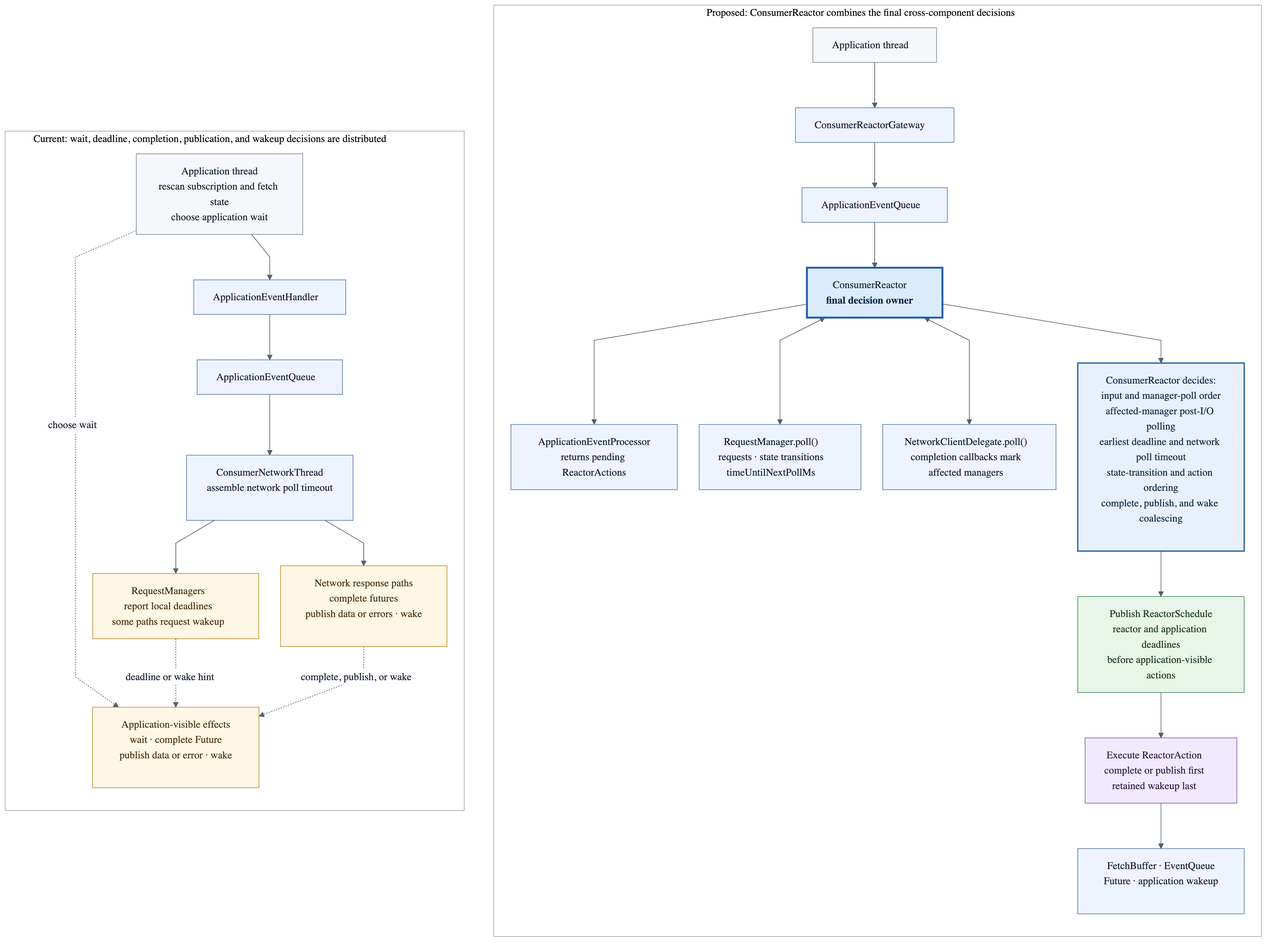
The Mermaid diagram docs/images/kip-1371-consumer-reactor-before-after.png in unknowntpo/kafka, before a commit. Its source is kept beside it as docs/images/kip-1371-consumer-reactor-before-after.mmd. The source it was exported from:
```mermaid
%%{init: {
  "theme": "base",
  "themeVariables": {
    "fontFamily": "Arial, Helvetica, sans-serif",
    "fontSize": "16px",
    "primaryColor": "#eef4ff",
    "primaryTextColor": "#172033",
    "primaryBorderColor": "#5577aa",
    "lineColor": "#52606d",
    "secondaryColor": "#fff7e6",
    "tertiaryColor": "#f5f7fa",
    "clusterBkg": "#ffffff",
    "clusterBorder": "#9aa5b1",
    "edgeLabelBackground": "#ffffff"
  },
  "flowchart": {
    "curve": "linear",
    "nodeSpacing": 34,
    "rankSpacing": 46,
    "htmlLabels": true
  }
}}%%


flowchart LR
    subgraph CURRENT["Current: wait, deadline, completion, publication, and wakeup decisions are distributed"]
        direction TB

        APP_CURRENT["Application thread<br/>rescan subscription and fetch state<br/>choose application wait"]
        HANDLER["ApplicationEventHandler"]
        APP_QUEUE_CURRENT["ApplicationEventQueue"]
        NETWORK_THREAD["ConsumerNetworkThread<br/>assemble network poll timeout"]
        MANAGERS_CURRENT["RequestManagers<br/>report local deadlines<br/>some paths request wakeup"]
        CALLBACKS_CURRENT["Network response paths<br/>complete futures<br/>publish data or errors · wake"]
        OUTPUTS_CURRENT["Application-visible effects<br/>wait · complete Future<br/>publish data or error · wake"]

        APP_CURRENT --> HANDLER --> APP_QUEUE_CURRENT --> NETWORK_THREAD
        NETWORK_THREAD --> MANAGERS_CURRENT
        NETWORK_THREAD --> CALLBACKS_CURRENT
        APP_CURRENT -. "choose wait" .-> OUTPUTS_CURRENT
        MANAGERS_CURRENT -. "deadline or wake hint" .-> OUTPUTS_CURRENT
        CALLBACKS_CURRENT -. "complete, publish, or wake" .-> OUTPUTS_CURRENT
    end

    subgraph PROPOSED["Proposed: ConsumerReactor combines the final cross-component decisions"]
        direction TB

        APP_PROPOSED["Application thread"]
        GATEWAY["ConsumerReactorGateway"]
        APP_QUEUE_PROPOSED["ApplicationEventQueue"]
        REACTOR["ConsumerReactor<br/><b>final decision owner</b>"]
        PROCESSOR["ApplicationEventProcessor<br/>returns pending ReactorActions"]
        MANAGERS_PROPOSED["RequestManager.poll()<br/>requests · state transitions<br/>timeUntilNextPollMs"]
        NETWORK["NetworkClientDelegate.poll()<br/>completion callbacks mark<br/>affected managers"]
        OWNED["ConsumerReactor decides:<br/>input and manager-poll order<br/>affected-manager post-I/O polling<br/>earliest deadline and network poll timeout<br/>state-transition and action ordering<br/>complete, publish, and wake coalescing"]
        SCHEDULE["Publish ReactorSchedule<br/>reactor and application deadlines<br/>before application-visible actions"]
        ACTION["Execute ReactorAction<br/>complete or publish first<br/>retained wakeup last"]
        OUTPUTS_PROPOSED["FetchBuffer · EventQueue<br/>Future · application wakeup"]

        APP_PROPOSED --> GATEWAY --> APP_QUEUE_PROPOSED --> REACTOR
        REACTOR --> PROCESSOR
        REACTOR <--> MANAGERS_PROPOSED
        REACTOR <--> NETWORK
        REACTOR --> OWNED --> SCHEDULE --> ACTION --> OUTPUTS_PROPOSED
    end

    CURRENT ~~~ PROPOSED

    classDef application fill:#f5f7fa,stroke:#7b8794,color:#172033;
    classDef currentDecision fill:#fff7e6,stroke:#c58a2b,color:#4a3210;
    classDef reactor fill:#dcecff,stroke:#245ea8,stroke-width:3px,color:#102a43;
    classDef schedule fill:#e8f5e9,stroke:#40864a,color:#183b1d;
    classDef action fill:#f1eafe,stroke:#7656a6,color:#2f1d4a;
    classDef decision fill:#e7f0fb,stroke:#245ea8,stroke-width:2px,color:#102a43;

    class APP_CURRENT,APP_PROPOSED application;
    class MANAGERS_CURRENT,CALLBACKS_CURRENT,OUTPUTS_CURRENT currentDecision;
    class REACTOR reactor;
    class OWNED decision;
    class SCHEDULE schedule;
    class ACTION action;
```
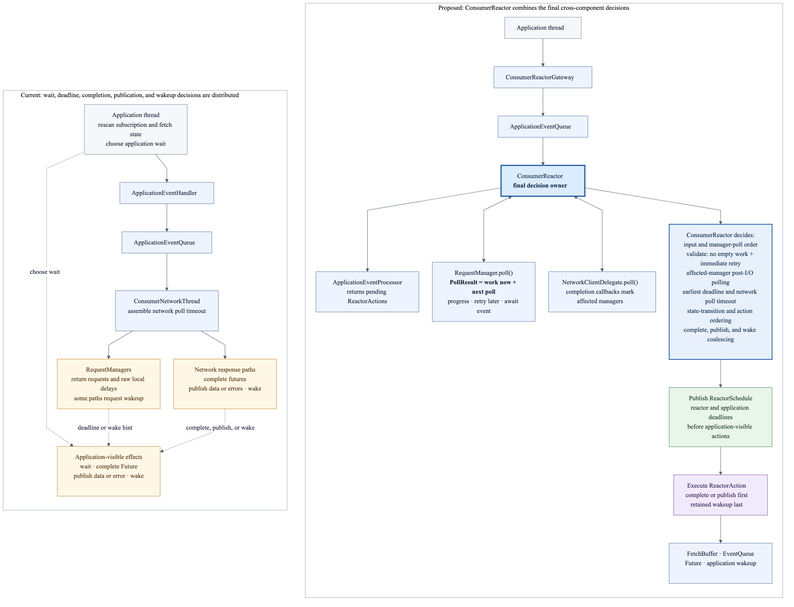
Later version of the same file.

Commit message:
docs: clarify ConsumerReactor ownership model

The edit, as a diff of the source:
```diff
@@ -30,7 +30,7 @@
         HANDLER["ApplicationEventHandler"]
         APP_QUEUE_CURRENT["ApplicationEventQueue"]
         NETWORK_THREAD["ConsumerNetworkThread<br/>assemble network poll timeout"]
-        MANAGERS_CURRENT["RequestManagers<br/>report local deadlines<br/>some paths request wakeup"]
+        MANAGERS_CURRENT["RequestManagers<br/>return requests and raw local delays<br/>some paths request wakeup"]
         CALLBACKS_CURRENT["Network response paths<br/>complete futures<br/>publish data or errors · wake"]
         OUTPUTS_CURRENT["Application-visible effects<br/>wait · complete Future<br/>publish data or error · wake"]
 
@@ -50,9 +50,9 @@
         APP_QUEUE_PROPOSED["ApplicationEventQueue"]
         REACTOR["ConsumerReactor<br/><b>final decision owner</b>"]
         PROCESSOR["ApplicationEventProcessor<br/>returns pending ReactorActions"]
-        MANAGERS_PROPOSED["RequestManager.poll()<br/>requests · state transitions<br/>timeUntilNextPollMs"]
+        MANAGERS_PROPOSED["RequestManager.poll()<br/><b>PollResult = work now + next poll</b><br/>progress · retry later · await event"]
         NETWORK["NetworkClientDelegate.poll()<br/>completion callbacks mark<br/>affected managers"]
-        OWNED["ConsumerReactor decides:<br/>input and manager-poll order<br/>affected-manager post-I/O polling<br/>earliest deadline and network poll timeout<br/>state-transition and action ordering<br/>complete, publish, and wake coalescing"]
+        OWNED["ConsumerReactor decides:<br/>input and manager-poll order<br/>validate: no empty work + immediate retry<br/>affected-manager post-I/O polling<br/>earliest deadline and network poll timeout<br/>state-transition and action ordering<br/>complete, publish, and wake coalescing"]
         SCHEDULE["Publish ReactorSchedule<br/>reactor and application deadlines<br/>before application-visible actions"]
         ACTION["Execute ReactorAction<br/>complete or publish first<br/>retained wakeup last"]
         OUTPUTS_PROPOSED["FetchBuffer · EventQueue<br/>Future · application wakeup"]
```
